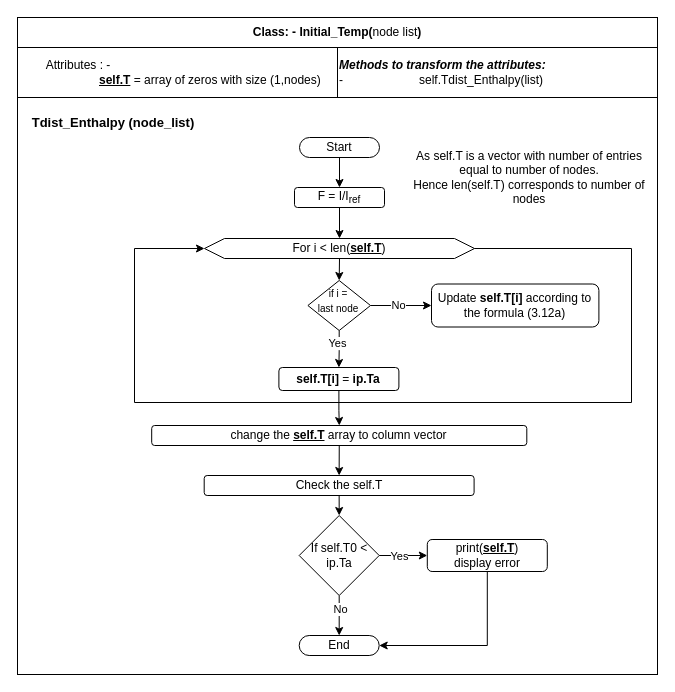
This is .drawio from okolekar/PPP, a draw.io file, before an edit. Source tidied: cells renumbered, new cells numbered last; positions are measured from the earlier drawing's top-left corner, leaving out a move shared by most shapes. Both pictures are drawn from the tidied source at 100%, with x=0, y=0 at pixel (17, 17).
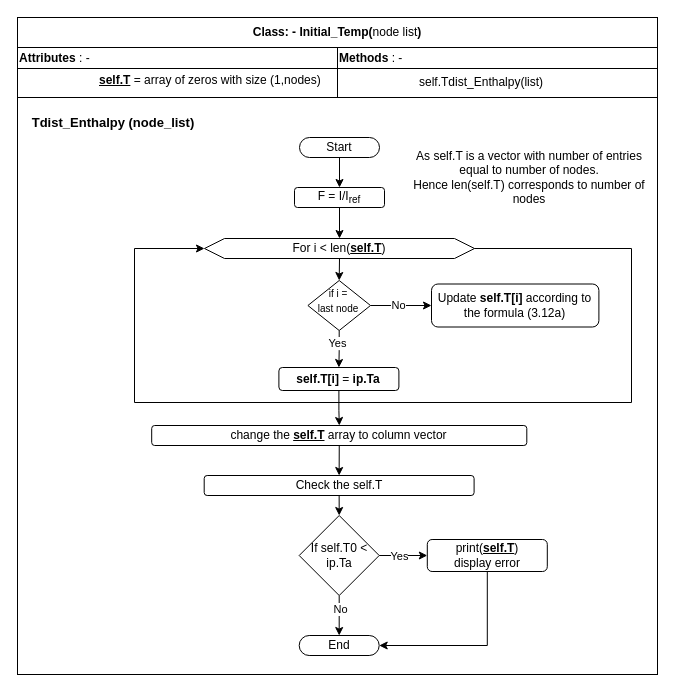
The same diagram, later.

What changed in the source:
```diff
@@
-    <mxCell id="3" value="&lt;span style=&quot;white-space: pre;&quot;&gt;&#9;&lt;/span&gt;Attributes : -&amp;nbsp;&lt;br&gt;&lt;span style=&quot;white-space: pre;&quot;&gt;&#9;&lt;/span&gt;&lt;span style=&quot;white-space: pre;&quot;&gt;&#9;&lt;/span&gt;&lt;span style=&quot;white-space: pre;&quot;&gt;&#9;&lt;/span&gt;&lt;b&gt;&lt;u&gt;self.T&lt;/u&gt;&lt;/b&gt; = array of zeros with size (1,nodes)" style="rounded=0;whiteSpace=wrap;html=1;align=left;" parent="1" vertex="1">
+    <mxCell id="3" value="&lt;span style=&quot;white-space: pre;&quot;&gt;&#9;&lt;/span&gt;&amp;nbsp;&lt;br&gt;&lt;span style=&quot;white-space: pre;&quot;&gt;&#9;&lt;/span&gt;&lt;span style=&quot;white-space: pre;&quot;&gt;&#9;&lt;/span&gt;&lt;span style=&quot;white-space: pre;&quot;&gt;&#9;&lt;/span&gt;&lt;b&gt;&lt;u&gt;self.T&lt;/u&gt;&lt;/b&gt; = array of zeros with size (1,nodes)" style="rounded=0;whiteSpace=wrap;html=1;align=left;" parent="1" vertex="1">
       <mxGeometry y="30" width="320" height="50" as="geometry" />
     </mxCell>
-    <mxCell id="4" value="&lt;i&gt;&lt;b&gt;Methods to transform the attributes:&lt;/b&gt;&lt;/i&gt; -&lt;span style=&quot;white-space: pre;&quot;&gt;&#9;&lt;/span&gt;&lt;span style=&quot;white-space: pre;&quot;&gt;&#9;&lt;/span&gt;&lt;span style=&quot;white-space: pre;&quot;&gt;&#9;&lt;/span&gt;self.Tdist_Enthalpy(list)" style="rounded=0;whiteSpace=wrap;html=1;align=left;" parent="1" vertex="1">
-      <mxGeometry x="320" y="30" width="320" height="50" as="geometry" />
+    <mxCell id="4" value="&lt;span style=&quot;white-space: pre;&quot;&gt;&#9;&lt;/span&gt;&lt;span style=&quot;white-space: pre;&quot;&gt;&#9;&lt;/span&gt;&lt;span style=&quot;white-space: pre;&quot;&gt;&#9;&lt;/span&gt;self.Tdist_Enthalpy(list)" style="rounded=0;whiteSpace=wrap;html=1;align=left;" parent="1" vertex="1">
+      <mxGeometry x="320" y="40" width="320" height="50" as="geometry" />
     </mxCell>
@@
+    <mxCell id="36" value="&lt;b&gt;Attributes &lt;/b&gt;: -" style="rounded=0;whiteSpace=wrap;html=1;align=left;" parent="1" vertex="1">
+      <mxGeometry y="30" width="320" height="21" as="geometry" />
+    </mxCell>
+    <mxCell id="37" value="&lt;b&gt;Methods&amp;nbsp;&lt;/b&gt;: -" style="rounded=0;whiteSpace=wrap;html=1;align=left;" parent="1" vertex="1">
+      <mxGeometry x="320" y="30" width="320" height="21" as="geometry" />
+    </mxCell>
```
